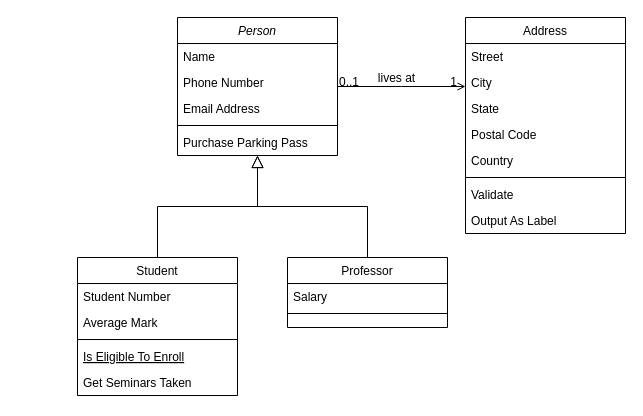
The draw.io diagram Untitled Diagram.drawio in annaclaraf/MarketX-API, before the edit. Source tidied: cells renumbered, new cells numbered last; positions are measured from the earlier drawing's top-left corner, leaving out a move shared by most shapes. Both pictures are drawn from the tidied source at 100%, with x=0, y=0 at pixel (77, 17).
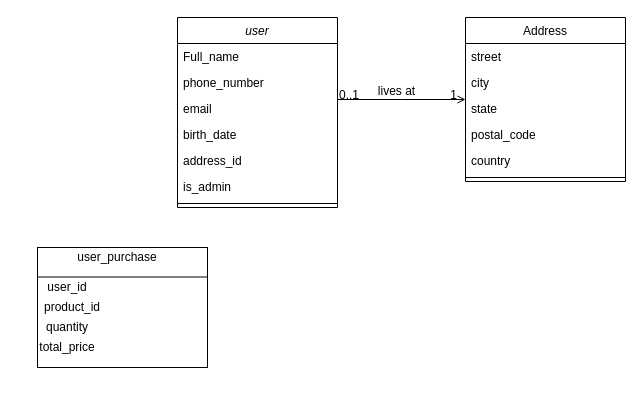
After the change.

What changed in the source:
```diff
@@
-    <mxCell id="2" value="Person" style="swimlane;fontStyle=2;align=center;verticalAlign=top;horizontal=1;startSize=26;rounded=0;shadow=0;strokeWidth=1;" parent="1" vertex="1">
-      <mxGeometry x="100" width="160" height="138" as="geometry" />
+    <mxCell id="2" value="user" style="swimlane;fontStyle=2;align=center;verticalAlign=top;horizontal=1;startSize=26;rounded=0;shadow=0;strokeWidth=1;" parent="1" vertex="1">
+      <mxGeometry x="100" width="160" height="190" as="geometry" />
     </mxCell>
-    <mxCell id="3" value="Name" style="text;align=left;verticalAlign=top;spacingLeft=4;spacingRight=4;overflow=hidden;" parent="2" vertex="1">
+    <mxCell id="3" value="Full_name" style="text;align=left;verticalAlign=top;spacingLeft=4;spacingRight=4;overflow=hidden;" parent="2" vertex="1">
       <mxGeometry y="26" width="160" height="26" as="geometry" />
     </mxCell>
-    <mxCell id="4" value="Phone Number" style="text;align=left;verticalAlign=top;spacingLeft=4;spacingRight=4;overflow=hidden;rounded=0;shadow=0;html=0;" parent="2" vertex="1">
+    <mxCell id="4" value="phone_number" style="text;align=left;verticalAlign=top;spacingLeft=4;spacingRight=4;overflow=hidden;rounded=0;shadow=0;html=0;" parent="2" vertex="1">
       <mxGeometry y="52" width="160" height="26" as="geometry" />
     </mxCell>
-    <mxCell id="5" value="Email Address" style="text;align=left;verticalAlign=top;spacingLeft=4;spacingRight=4;overflow=hidden;rounded=0;shadow=0;html=0;" parent="2" vertex="1">
+    <mxCell id="5" value="email" style="text;align=left;verticalAlign=top;spacingLeft=4;spacingRight=4;overflow=hidden;rounded=0;shadow=0;html=0;" parent="2" vertex="1">
       <mxGeometry y="78" width="160" height="26" as="geometry" />
     </mxCell>
+    <mxCell id="32" value="birth_date" style="text;align=left;verticalAlign=top;spacingLeft=4;spacingRight=4;overflow=hidden;rounded=0;shadow=0;html=0;" parent="2" vertex="1">
+      <mxGeometry y="104" width="160" height="26" as="geometry" />
+    </mxCell>
+    <mxCell id="33" value="address_id" style="text;align=left;verticalAlign=top;spacingLeft=4;spacingRight=4;overflow=hidden;rounded=0;shadow=0;html=0;" parent="2" vertex="1">
+      <mxGeometry y="130" width="160" height="26" as="geometry" />
+    </mxCell>
+    <mxCell id="34" value="is_admin&#10;" style="text;align=left;verticalAlign=top;spacingLeft=4;spacingRight=4;overflow=hidden;rounded=0;shadow=0;html=0;" parent="2" vertex="1">
+      <mxGeometry y="156" width="160" height="26" as="geometry" />
+    </mxCell>
     <mxCell id="6" style="line;html=1;strokeWidth=1;align=left;verticalAlign=middle;spacingTop=-1;spacingLeft=3;spacingRight=3;labelPosition=right;" parent="2" vertex="1">
-      <mxGeometry y="104" width="160" height="8" as="geometry" />
+      <mxGeometry y="182" width="160" height="8" as="geometry" />
     </mxCell>
-    <mxCell id="7" value="Purchase Parking Pass" style="text;align=left;verticalAlign=top;spacingLeft=4;spacingRight=4;overflow=hidden;" parent="2" vertex="1">
-      <mxGeometry y="112" width="160" height="26" as="geometry" />
-    </mxCell>
-    <mxCell id="8" value="Student" style="swimlane;fontStyle=0;align=center;verticalAlign=top;horizontal=1;startSize=26;rounded=0;shadow=0;strokeWidth=1;" parent="1" vertex="1">
-      <mxGeometry y="240" width="160" height="138" as="geometry" />
-    </mxCell>
-    <mxCell id="9" value="Student Number" style="text;align=left;verticalAlign=top;spacingLeft=4;spacingRight=4;overflow=hidden;" parent="8" vertex="1">
-      <mxGeometry y="26" width="160" height="26" as="geometry" />
-    </mxCell>
-    <mxCell id="10" value="Average Mark" style="text;align=left;verticalAlign=top;spacingLeft=4;spacingRight=4;overflow=hidden;rounded=0;shadow=0;html=0;" parent="8" vertex="1">
-      <mxGeometry y="52" width="160" height="26" as="geometry" />
-    </mxCell>
-    <mxCell id="11" style="line;html=1;strokeWidth=1;align=left;verticalAlign=middle;spacingTop=-1;spacingLeft=3;spacingRight=3;labelPosition=right;" parent="8" vertex="1">
-      <mxGeometry y="78" width="160" height="8" as="geometry" />
-    </mxCell>
-    <mxCell id="12" value="Is Eligible To Enroll" style="text;align=left;verticalAlign=top;spacingLeft=4;spacingRight=4;overflow=hidden;fontStyle=4;" parent="8" vertex="1">
-      <mxGeometry y="86" width="160" height="26" as="geometry" />
-    </mxCell>
-    <mxCell id="13" value="Get Seminars Taken" style="text;align=left;verticalAlign=top;spacingLeft=4;spacingRight=4;overflow=hidden;" parent="8" vertex="1">
-      <mxGeometry y="112" width="160" height="26" as="geometry" />
-    </mxCell>
-    <mxCell id="14" style="endArrow=block;endSize=10;endFill=0;shadow=0;strokeWidth=1;rounded=0;edgeStyle=elbowEdgeStyle;elbow=vertical;" parent="1" edge="1" source="8" target="2">
-      <mxGeometry relative="1" as="geometry" />
-    </mxCell>
-    <mxCell id="15" value="Professor" style="swimlane;fontStyle=0;align=center;verticalAlign=top;horizontal=1;startSize=26;rounded=0;shadow=0;strokeWidth=1;" parent="1" vertex="1">
-      <mxGeometry x="210" y="240" width="160" height="70" as="geometry" />
-    </mxCell>
-    <mxCell id="16" value="Salary" style="text;align=left;verticalAlign=top;spacingLeft=4;spacingRight=4;overflow=hidden;" parent="15" vertex="1">
-      <mxGeometry y="26" width="160" height="26" as="geometry" />
-    </mxCell>
-    <mxCell id="17" style="line;html=1;strokeWidth=1;align=left;verticalAlign=middle;spacingTop=-1;spacingLeft=3;spacingRight=3;labelPosition=right;" parent="15" vertex="1">
-      <mxGeometry y="52" width="160" height="8" as="geometry" />
-    </mxCell>
-    <mxCell id="18" style="endArrow=block;endSize=10;endFill=0;shadow=0;strokeWidth=1;rounded=0;edgeStyle=elbowEdgeStyle;elbow=vertical;" parent="1" edge="1" source="15" target="2">
-      <mxGeometry relative="1" as="geometry" />
-    </mxCell>
     <mxCell id="19" value="Address" style="swimlane;fontStyle=0;align=center;verticalAlign=top;horizontal=1;startSize=26;rounded=0;shadow=0;strokeWidth=1;" parent="1" vertex="1">
-      <mxGeometry x="388" width="160" height="216" as="geometry" />
+      <mxGeometry x="388" width="160" height="164" as="geometry" />
     </mxCell>
-    <mxCell id="20" value="Street" style="text;align=left;verticalAlign=top;spacingLeft=4;spacingRight=4;overflow=hidden;" parent="19" vertex="1">
+    <mxCell id="20" value="street" style="text;align=left;verticalAlign=top;spacingLeft=4;spacingRight=4;overflow=hidden;" parent="19" vertex="1">
       <mxGeometry y="26" width="160" height="26" as="geometry" />
     </mxCell>
-    <mxCell id="21" value="City" style="text;align=left;verticalAlign=top;spacingLeft=4;spacingRight=4;overflow=hidden;rounded=0;shadow=0;html=0;" parent="19" vertex="1">
+    <mxCell id="21" value="city" style="text;align=left;verticalAlign=top;spacingLeft=4;spacingRight=4;overflow=hidden;rounded=0;shadow=0;html=0;" parent="19" vertex="1">
       <mxGeometry y="52" width="160" height="26" as="geometry" />
     </mxCell>
-    <mxCell id="22" value="State" style="text;align=left;verticalAlign=top;spacingLeft=4;spacingRight=4;overflow=hidden;rounded=0;shadow=0;html=0;" parent="19" vertex="1">
+    <mxCell id="22" value="state" style="text;align=left;verticalAlign=top;spacingLeft=4;spacingRight=4;overflow=hidden;rounded=0;shadow=0;html=0;" parent="19" vertex="1">
       <mxGeometry y="78" width="160" height="26" as="geometry" />
     </mxCell>
-    <mxCell id="23" value="Postal Code" style="text;align=left;verticalAlign=top;spacingLeft=4;spacingRight=4;overflow=hidden;rounded=0;shadow=0;html=0;" parent="19" vertex="1">
+    <mxCell id="23" value="postal_code" style="text;align=left;verticalAlign=top;spacingLeft=4;spacingRight=4;overflow=hidden;rounded=0;shadow=0;html=0;" parent="19" vertex="1">
       <mxGeometry y="104" width="160" height="26" as="geometry" />
     </mxCell>
-    <mxCell id="24" value="Country" style="text;align=left;verticalAlign=top;spacingLeft=4;spacingRight=4;overflow=hidden;rounded=0;shadow=0;html=0;" parent="19" vertex="1">
+    <mxCell id="24" value="country" style="text;align=left;verticalAlign=top;spacingLeft=4;spacingRight=4;overflow=hidden;rounded=0;shadow=0;html=0;" parent="19" vertex="1">
       <mxGeometry y="130" width="160" height="26" as="geometry" />
     </mxCell>
@@
-    <mxCell id="26" value="Validate" style="text;align=left;verticalAlign=top;spacingLeft=4;spacingRight=4;overflow=hidden;" parent="19" vertex="1">
-      <mxGeometry y="164" width="160" height="26" as="geometry" />
-    </mxCell>
-    <mxCell id="27" value="Output As Label" style="text;align=left;verticalAlign=top;spacingLeft=4;spacingRight=4;overflow=hidden;" parent="19" vertex="1">
-      <mxGeometry y="190" width="160" height="26" as="geometry" />
-    </mxCell>
@@
+    <mxCell id="35" style="rounded=0;whiteSpace=wrap;html=1;" parent="1" vertex="1">
+      <mxGeometry x="-40" y="230" width="170" height="120" as="geometry" />
+    </mxCell>
+    <mxCell id="36" value="user_purchase" style="text;html=1;strokeColor=none;fillColor=none;align=center;verticalAlign=middle;whiteSpace=wrap;rounded=0;" parent="1" vertex="1">
+      <mxGeometry x="20" y="230" width="40" height="20" as="geometry" />
+    </mxCell>
+    <mxCell id="37" value="user_id" style="text;html=1;strokeColor=none;fillColor=none;align=center;verticalAlign=middle;whiteSpace=wrap;rounded=0;" parent="1" vertex="1">
+      <mxGeometry x="-30" y="260" width="40" height="20" as="geometry" />
+    </mxCell>
+    <mxCell id="38" style="endArrow=none;html=1;" parent="1" edge="1">
+      <mxGeometry relative="1" as="geometry">
+        <mxPoint x="-40" y="259.5" as="sourcePoint" />
+        <mxPoint x="130" y="259.5" as="targetPoint" />
+      </mxGeometry>
+    </mxCell>
+    <mxCell id="39" value="product_id" style="text;html=1;strokeColor=none;fillColor=none;align=center;verticalAlign=middle;whiteSpace=wrap;rounded=0;" parent="1" vertex="1">
+      <mxGeometry x="-60" y="280" width="110" height="20" as="geometry" />
+    </mxCell>
+    <mxCell id="40" value="quantity" style="text;html=1;strokeColor=none;fillColor=none;align=center;verticalAlign=middle;whiteSpace=wrap;rounded=0;" parent="1" vertex="1">
+      <mxGeometry x="-30" y="300" width="40" height="20" as="geometry" />
+    </mxCell>
+    <mxCell id="41" value="total_price" style="text;html=1;strokeColor=none;fillColor=none;align=center;verticalAlign=middle;whiteSpace=wrap;rounded=0;" parent="1" vertex="1">
+      <mxGeometry x="-30" y="320" width="40" height="20" as="geometry" />
+    </mxCell>
```
